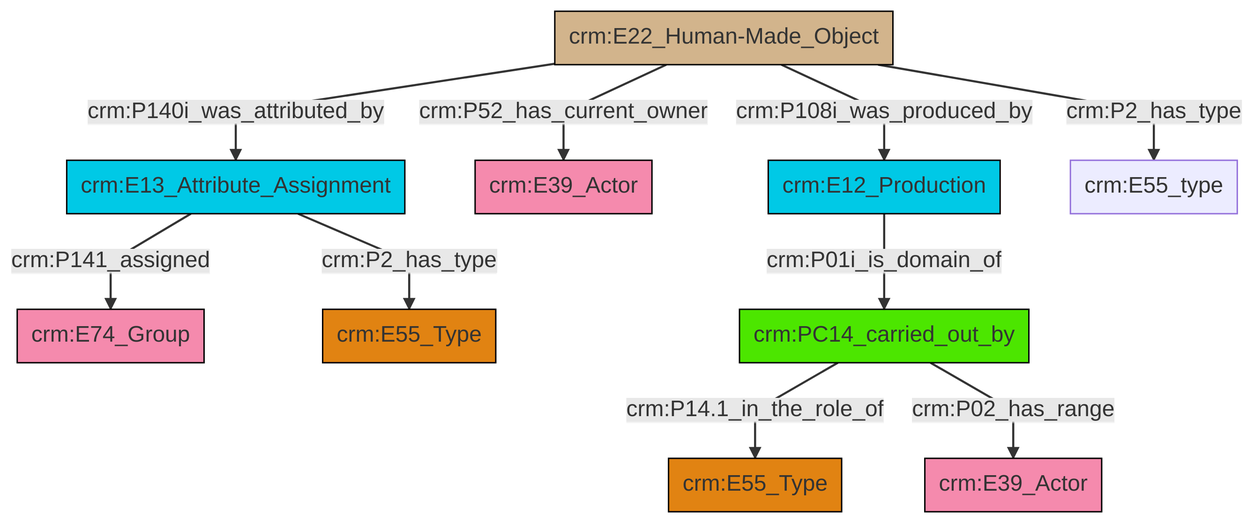
This is et/builtWorkCSV/ttl/mmd/png/Built_Work_actor_relations.png from swiss-art-research-net/reference-data-models, a Mermaid export, as it was before one commit. Its source is kept beside it as et/builtWorkCSV/ttl/mmd/Built_Work_actor_relations.ttl.mmd.
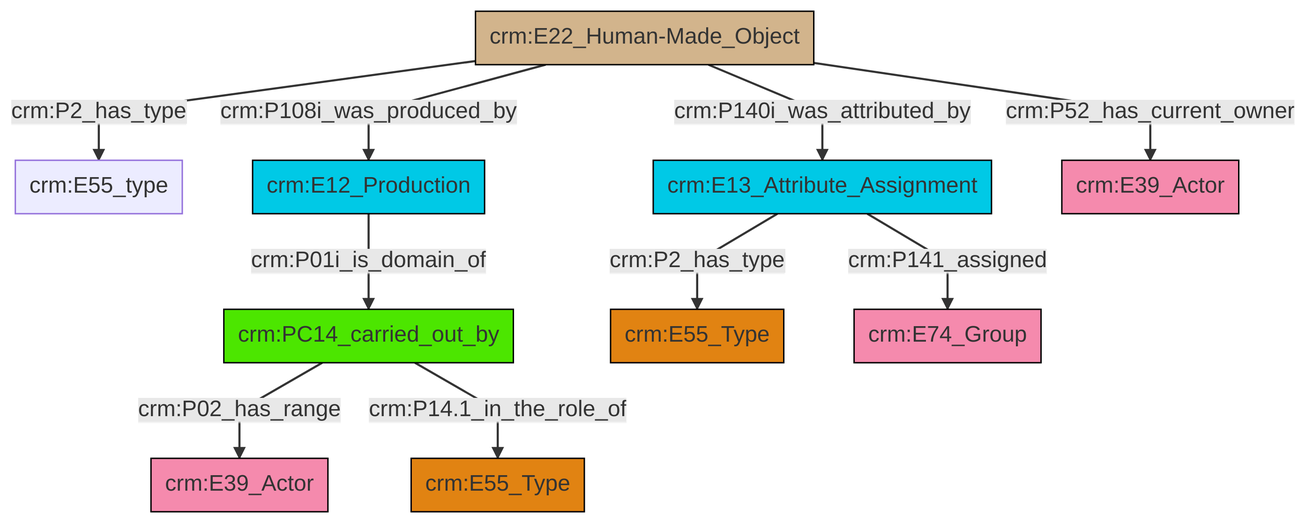
After the commit.

The edit, as a diff of the source:
```diff
@@ -13,12 +13,12 @@
 classDef PC_Classes fill:#4ce600, stroke:#000000;
 classDef Multi fill:#cccccc,stroke:#000000;
 
-2["crm:PC14_carried_out_by"]:::PC_Classes -->|crm:P14.1_in_the_role_of| 3["crm:E55_Type"]:::Type
-5["crm:E13_Attribute_Assignment"]:::Temporal_Entity -->|crm:P141_assigned| 0["crm:E74_Group"]:::Actor
-6["crm:E22_Human-Made_Object"]:::Physical_Thing -->|crm:P140i_was_attributed_by| 5["crm:E13_Attribute_Assignment"]:::Temporal_Entity
-5["crm:E13_Attribute_Assignment"]:::Temporal_Entity -->|crm:P2_has_type| 8["crm:E55_Type"]:::Type
-2["crm:PC14_carried_out_by"]:::PC_Classes -->|crm:P02_has_range| 14["crm:E39_Actor"]:::Actor
-6["crm:E22_Human-Made_Object"]:::Physical_Thing -->|crm:P52_has_current_owner| 12["crm:E39_Actor"]:::Actor
-6["crm:E22_Human-Made_Object"]:::Physical_Thing -->|crm:P108i_was_produced_by| 18["crm:E12_Production"]:::Temporal_Entity
-18["crm:E12_Production"]:::Temporal_Entity -->|crm:P01i_is_domain_of| 2["crm:PC14_carried_out_by"]:::PC_Classes
-6["crm:E22_Human-Made_Object"]:::Physical_Thing -->|crm:P2_has_type| 9["crm:E55_type"]:::Default
+2["crm:E13_Attribute_Assignment"]:::Temporal_Entity -->|crm:P2_has_type| 0["crm:E55_Type"]:::Type
+4["crm:PC14_carried_out_by"]:::PC_Classes -->|crm:P02_has_range| 5["crm:E39_Actor"]:::Actor
+6["crm:E22_Human-Made_Object"]:::Physical_Thing -->|crm:P2_has_type| 7["crm:E55_type"]:::Default
+6["crm:E22_Human-Made_Object"]:::Physical_Thing -->|crm:P108i_was_produced_by| 9["crm:E12_Production"]:::Temporal_Entity
+6["crm:E22_Human-Made_Object"]:::Physical_Thing -->|crm:P140i_was_attributed_by| 2["crm:E13_Attribute_Assignment"]:::Temporal_Entity
+6["crm:E22_Human-Made_Object"]:::Physical_Thing -->|crm:P52_has_current_owner| 11["crm:E39_Actor"]:::Actor
+2["crm:E13_Attribute_Assignment"]:::Temporal_Entity -->|crm:P141_assigned| 12["crm:E74_Group"]:::Actor
+4["crm:PC14_carried_out_by"]:::PC_Classes -->|crm:P14.1_in_the_role_of| 17["crm:E55_Type"]:::Type
+9["crm:E12_Production"]:::Temporal_Entity -->|crm:P01i_is_domain_of| 4["crm:PC14_carried_out_by"]:::PC_Classes
```
